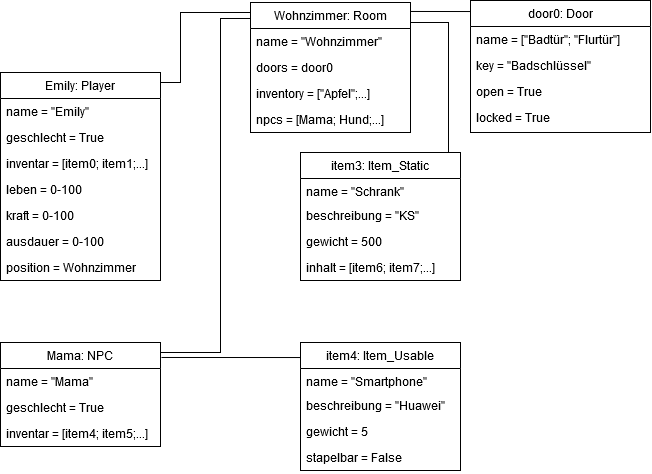
Before: Objektdiagramm.png, a diagram exported from draw.io (Elegond/AE-Text-Adventure). Source tidied: cells renumbered, new cells last; positions are measured from the earlier drawing's top-left corner, leaving out a move shared by most shapes.
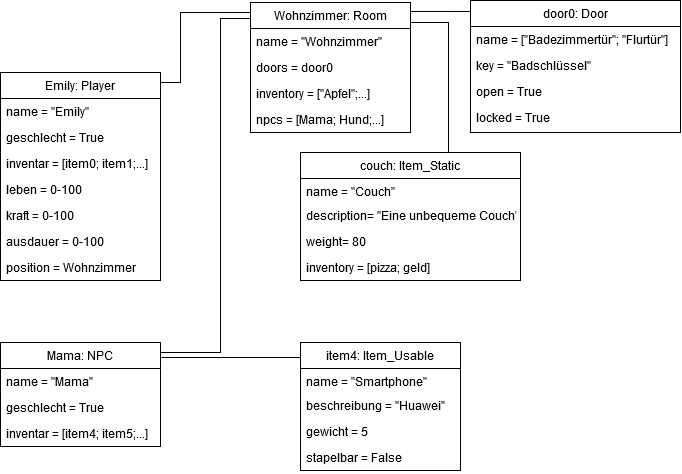
The same diagram one commit later.

Change to the diagram source:
```diff
@@ -110,34 +110,34 @@
       </mxGeometry>
     </mxCell>
     <mxCell id="29" value="door0: Door" style="swimlane;fontStyle=0;align=center;verticalAlign=top;horizontal=1;startSize=26;rounded=0;shadow=0;strokeWidth=1;" parent="1" vertex="1">
-      <mxGeometry x="470" width="180" height="132" as="geometry" />
+      <mxGeometry x="470" width="210" height="132" as="geometry" />
     </mxCell>
-    <mxCell id="30" value="name = [&quot;Badtür&quot;; &quot;Flurtür&quot;]" style="text;align=left;verticalAlign=top;spacingLeft=4;spacingRight=4;overflow=hidden;" parent="29" vertex="1">
-      <mxGeometry y="26" width="180" height="26" as="geometry" />
+    <mxCell id="30" value="name = [&quot;Badezimmertür&quot;; &quot;Flurtür&quot;]" style="text;align=left;verticalAlign=top;spacingLeft=4;spacingRight=4;overflow=hidden;" parent="29" vertex="1">
+      <mxGeometry y="26" width="210" height="26" as="geometry" />
     </mxCell>
     <mxCell id="31" value="key = &quot;Badschlüssel&quot;" style="text;align=left;verticalAlign=top;spacingLeft=4;spacingRight=4;overflow=hidden;" parent="29" vertex="1">
-      <mxGeometry y="52" width="180" height="26" as="geometry" />
+      <mxGeometry y="52" width="210" height="26" as="geometry" />
     </mxCell>
     <mxCell id="32" value="open = True" style="text;align=left;verticalAlign=top;spacingLeft=4;spacingRight=4;overflow=hidden;fontStyle=0;" parent="29" vertex="1">
-      <mxGeometry y="78" width="180" height="26" as="geometry" />
+      <mxGeometry y="78" width="210" height="26" as="geometry" />
     </mxCell>
     <mxCell id="33" value="locked = True" style="text;align=left;verticalAlign=top;spacingLeft=4;spacingRight=4;overflow=hidden;" parent="29" vertex="1">
-      <mxGeometry y="104" width="180" height="26" as="geometry" />
+      <mxGeometry y="104" width="210" height="26" as="geometry" />
     </mxCell>
-    <mxCell id="34" value="item3: Item_Static" style="swimlane;fontStyle=0;align=center;verticalAlign=top;horizontal=1;startSize=26;rounded=0;shadow=0;strokeWidth=1;" parent="1" vertex="1">
-      <mxGeometry x="300" y="152" width="160" height="128" as="geometry" />
+    <mxCell id="34" value="couch: Item_Static" style="swimlane;fontStyle=0;align=center;verticalAlign=top;horizontal=1;startSize=26;rounded=0;shadow=0;strokeWidth=1;" parent="1" vertex="1">
+      <mxGeometry x="300" y="152" width="220" height="128" as="geometry" />
     </mxCell>
-    <mxCell id="35" value="name = &quot;Schrank&quot;" style="text;align=left;verticalAlign=top;spacingLeft=4;spacingRight=4;overflow=hidden;" parent="34" vertex="1">
-      <mxGeometry y="26" width="160" height="24" as="geometry" />
+    <mxCell id="35" value="name = &quot;Couch&quot;" style="text;align=left;verticalAlign=top;spacingLeft=4;spacingRight=4;overflow=hidden;" parent="34" vertex="1">
+      <mxGeometry y="26" width="220" height="24" as="geometry" />
     </mxCell>
-    <mxCell id="36" value="beschreibung = &quot;KS&quot;" style="text;align=left;verticalAlign=top;spacingLeft=4;spacingRight=4;overflow=hidden;rounded=0;shadow=0;html=0;" parent="34" vertex="1">
-      <mxGeometry y="50" width="160" height="26" as="geometry" />
+    <mxCell id="36" value="description= &quot;Eine unbequeme Couch&quot;" style="text;align=left;verticalAlign=top;spacingLeft=4;spacingRight=4;overflow=hidden;rounded=0;shadow=0;html=0;" parent="34" vertex="1">
+      <mxGeometry y="50" width="220" height="26" as="geometry" />
     </mxCell>
-    <mxCell id="37" value="gewicht = 500" style="text;align=left;verticalAlign=top;spacingLeft=4;spacingRight=4;overflow=hidden;rounded=0;shadow=0;html=0;" parent="34" vertex="1">
-      <mxGeometry y="76" width="160" height="26" as="geometry" />
+    <mxCell id="37" value="weight= 80" style="text;align=left;verticalAlign=top;spacingLeft=4;spacingRight=4;overflow=hidden;rounded=0;shadow=0;html=0;" parent="34" vertex="1">
+      <mxGeometry y="76" width="220" height="26" as="geometry" />
     </mxCell>
-    <mxCell id="38" value="inhalt = [item6; item7;...]" style="text;align=left;verticalAlign=top;spacingLeft=4;spacingRight=4;overflow=hidden;rounded=0;shadow=0;html=0;" parent="34" vertex="1">
-      <mxGeometry y="102" width="160" height="26" as="geometry" />
+    <mxCell id="38" value="inventory = [pizza; geld]" style="text;align=left;verticalAlign=top;spacingLeft=4;spacingRight=4;overflow=hidden;rounded=0;shadow=0;html=0;" parent="34" vertex="1">
+      <mxGeometry y="102" width="220" height="26" as="geometry" />
     </mxCell>
   </root>
 </mxGraphModel>
```
